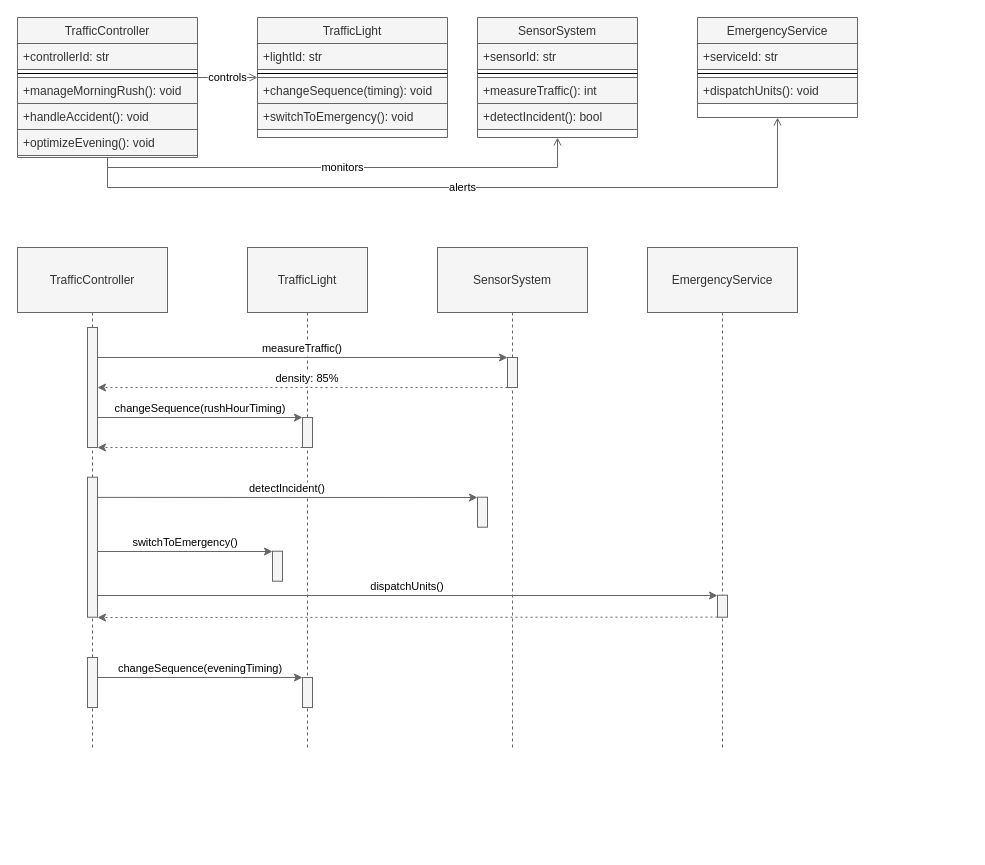
Earlier version of the draw.io diagram diagrams/examples/multiple_activation_bars_02.3.drawio (kkubinova/drawio_plugin). Source tidied: cells renumbered, new cells numbered last; positions are measured from the earlier drawing's top-left corner, leaving out a move shared by most shapes. Both pictures are drawn from the tidied source at 100%, with x=0, y=0 at pixel (17, 17).
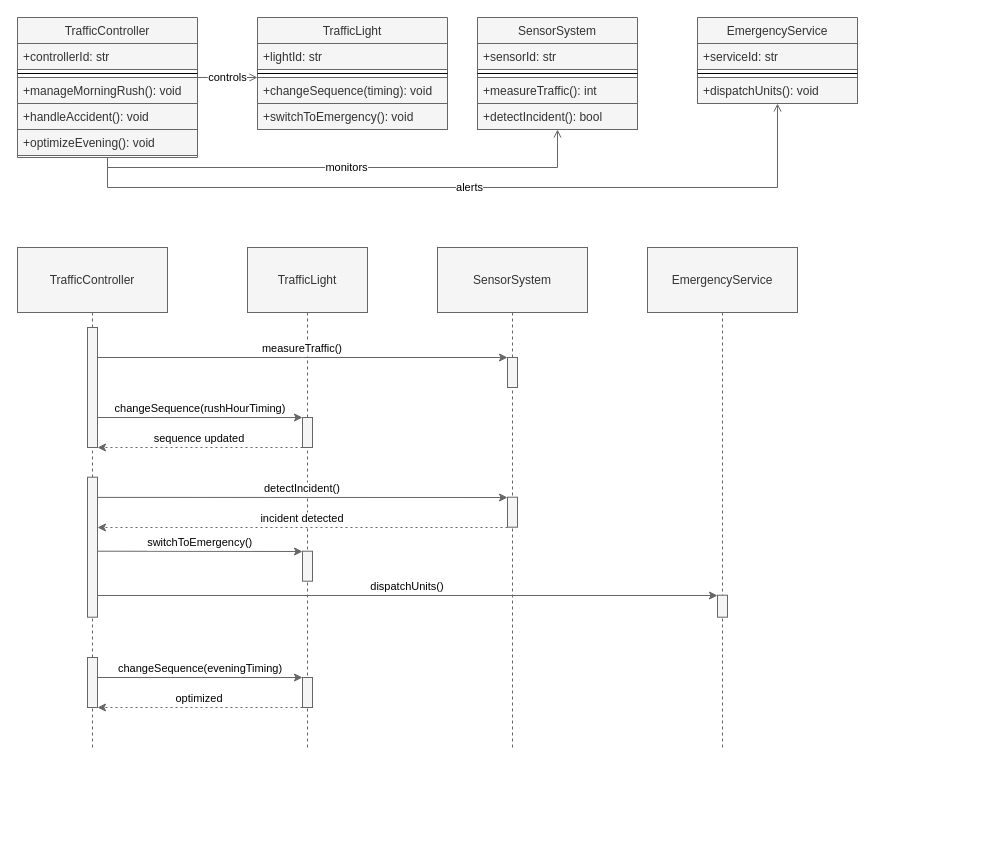
Above is the later version.

Unchanged cells that the change refers to:
```xml
<mxCell id="27" style="group;fillColor=none;" parent="26" vertex="1">
  <mxGeometry y="230" width="950" height="600" as="geometry" />
</mxCell>
<mxCell id="30" style="points=[];perimeter=orthogonalPerimeter;outlineConnect=0;targetShapes=umlLifeline;portConstraint=eastwest;fillColor=#f5f5f5;fontColor=#333333;strokeColor=#666666;" parent="28" vertex="1">
  <mxGeometry x="70" y="229.7" width="10" height="140" as="geometry" />
</mxCell>
<mxCell id="31" value="TrafficLight" style="shape=umlLifeline;perimeter=lifelinePerimeter;whiteSpace=wrap;size=65;fillColor=#f5f5f5;fontColor=#333333;strokeColor=#666666;" parent="27" vertex="1">
  <mxGeometry x="230" width="120" height="500" as="geometry" />
</mxCell>
<mxCell id="36" value="EmergencyService" style="shape=umlLifeline;perimeter=lifelinePerimeter;whiteSpace=wrap;size=65;fillColor=#f5f5f5;fontColor=#333333;strokeColor=#666666;" parent="27" vertex="1">
  <mxGeometry x="630" width="150" height="500" as="geometry" />
</mxCell>
<mxCell id="45" value="SensorSystem" style="shape=umlLifeline;perimeter=lifelinePerimeter;whiteSpace=wrap;size=65;fillColor=#f5f5f5;fontColor=#333333;strokeColor=#666666;" parent="27" vertex="1">
  <mxGeometry x="420" width="150" height="500" as="geometry" />
</mxCell>
```

Diff of the diagram source:
```diff
@@
     <mxCell id="9" value="TrafficLight" style="swimlane;fontStyle=0;align=center;verticalAlign=top;horizontal=1;startSize=26;rounded=0;shadow=0;strokeWidth=1;fillColor=#f5f5f5;fontColor=#333333;strokeColor=#666666;" parent="2" vertex="1">
-      <mxGeometry x="240" width="190" height="120" as="geometry" />
+      <mxGeometry x="240" width="190" height="112" as="geometry" />
     </mxCell>
@@
     <mxCell id="14" value="SensorSystem" style="swimlane;fontStyle=0;align=center;verticalAlign=top;horizontal=1;startSize=26;rounded=0;shadow=0;strokeWidth=1;fillColor=#f5f5f5;fontColor=#333333;strokeColor=#666666;" parent="2" vertex="1">
-      <mxGeometry x="460" width="160" height="120" as="geometry" />
+      <mxGeometry x="460" width="160" height="112" as="geometry" />
     </mxCell>
@@
     <mxCell id="19" value="EmergencyService" style="swimlane;fontStyle=0;align=center;verticalAlign=top;horizontal=1;startSize=26;rounded=0;shadow=0;strokeWidth=1;fillColor=#f5f5f5;fontColor=#333333;strokeColor=#666666;" parent="2" vertex="1">
-      <mxGeometry x="680" width="160" height="100" as="geometry" />
+      <mxGeometry x="680" width="160" height="86" as="geometry" />
     </mxCell>
@@
+    <mxCell id="50" value="optimized" style="verticalAlign=bottom;edgeStyle=elbowEdgeStyle;elbow=vertical;curved=0;rounded=0;dashed=1;dashPattern=2 3;endArrow=classic;fillColor=#f5f5f5;strokeColor=#666666;endFill=1;" parent="31" edge="1">
+      <mxGeometry relative="1" as="geometry">
+        <mxPoint x="55" y="460" as="sourcePoint" />
+        <mxPoint x="-150" y="460" as="targetPoint" />
+      </mxGeometry>
+    </mxCell>
@@
-    <mxCell id="37" value="switchToEmergency()" style="verticalAlign=bottom;edgeStyle=elbowEdgeStyle;elbow=vertical;curved=0;rounded=0;endArrow=classic;fillColor=#f5f5f5;strokeColor=#666666;endFill=1;" parent="36" edge="1" source="30">
-      <mxGeometry relative="1" as="geometry">
-        <mxPoint x="-375" y="303.7" as="targetPoint" />
-      </mxGeometry>
-    </mxCell>
@@
-    <mxCell id="39" style="perimeter=orthogonalPerimeter;targetShapes=umlLifeline;fillColor=#f5f5f5;fontColor=#333333;strokeColor=#666666;" parent="36" vertex="1">
-      <mxGeometry x="-375" y="303.7" width="10" height="30" as="geometry" />
-    </mxCell>
@@
-    <mxCell id="42" value="density: 85%" style="verticalAlign=bottom;edgeStyle=elbowEdgeStyle;elbow=vertical;curved=0;rounded=0;dashed=1;dashPattern=2 3;endArrow=classic;fillColor=#f5f5f5;strokeColor=#666666;endFill=1;" parent="27" edge="1">
-      <mxGeometry relative="1" as="geometry">
-        <mxPoint x="500" y="140" as="sourcePoint" />
-        <mxPoint x="80" y="140" as="targetPoint" />
-      </mxGeometry>
-    </mxCell>
@@
-    <mxCell id="44" style="verticalAlign=bottom;edgeStyle=elbowEdgeStyle;elbow=vertical;curved=0;rounded=0;dashed=1;dashPattern=2 3;endArrow=classic;fillColor=#f5f5f5;strokeColor=#666666;endFill=1;" parent="27" edge="1">
+    <mxCell id="44" value="sequence updated" style="verticalAlign=bottom;edgeStyle=elbowEdgeStyle;elbow=vertical;curved=0;rounded=0;dashed=1;dashPattern=2 3;endArrow=classic;fillColor=#f5f5f5;strokeColor=#666666;endFill=1;" parent="27" edge="1">
       <mxGeometry relative="1" as="geometry">
         <mxPoint x="285" y="200" as="sourcePoint" />
         <mxPoint x="80" y="200" as="targetPoint" />
       </mxGeometry>
     </mxCell>
@@
-    <mxCell id="47" style="points=[];perimeter=orthogonalPerimeter;outlineConnect=0;targetShapes=umlLifeline;portConstraint=eastwest;fillColor=#f5f5f5;fontColor=#333333;strokeColor=#666666;" parent="27" vertex="1">
-      <mxGeometry x="460" y="249.7" width="10" height="30" as="geometry" />
+    <mxCell id="47" style="points=[];perimeter=orthogonalPerimeter;outlineConnect=0;targetShapes=umlLifeline;portConstraint=eastwest;fillColor=#f5f5f5;fontColor=#333333;strokeColor=#666666;" parent="45" vertex="1">
+      <mxGeometry x="70" y="249.7" width="10" height="30" as="geometry" />
     </mxCell>
-    <mxCell id="48" value="detectIncident()" style="verticalAlign=bottom;edgeStyle=elbowEdgeStyle;elbow=vertical;curved=0;rounded=0;endArrow=classic;fillColor=#f5f5f5;strokeColor=#666666;endFill=1;" parent="27" edge="1">
+    <mxCell id="48" value="detectIncident()" style="verticalAlign=bottom;edgeStyle=elbowEdgeStyle;elbow=vertical;curved=0;rounded=0;endArrow=classic;fillColor=#f5f5f5;strokeColor=#666666;endFill=1;" parent="27" edge="1" target="47">
       <mxGeometry relative="1" as="geometry">
         <mxPoint x="80" y="249.9" as="sourcePoint" />
-        <mxPoint x="460" y="249.9" as="targetPoint" />
       </mxGeometry>
     </mxCell>
-    <mxCell id="49" style="verticalAlign=bottom;edgeStyle=elbowEdgeStyle;elbow=vertical;curved=0;rounded=0;dashed=1;dashPattern=2 3;endArrow=classic;fillColor=#f5f5f5;strokeColor=#666666;endFill=1;" parent="27" edge="1">
-      <mxGeometry relative="1" as="geometry">
-        <mxPoint x="700" y="369.6" as="sourcePoint" />
-        <mxPoint x="80" y="369.6" as="targetPoint" />
-      </mxGeometry>
-    </mxCell>
+    <mxCell id="51" value="incident detected" style="verticalAlign=bottom;edgeStyle=elbowEdgeStyle;elbow=vertical;curved=0;rounded=0;dashed=1;dashPattern=2 3;endArrow=classic;fillColor=#f5f5f5;strokeColor=#666666;endFill=1;exitX=0;exitY=1.01;exitDx=0;exitDy=0;exitPerimeter=0;" parent="27" edge="1" source="47" target="30">
+      <mxGeometry relative="1" as="geometry" />
+    </mxCell>
+    <mxCell id="39" style="perimeter=orthogonalPerimeter;targetShapes=umlLifeline;fillColor=#f5f5f5;fontColor=#333333;strokeColor=#666666;" parent="27" vertex="1">
+      <mxGeometry x="285" y="303.7" width="10" height="30" as="geometry" />
+    </mxCell>
+    <mxCell id="37" value="switchToEmergency()" style="verticalAlign=bottom;edgeStyle=elbowEdgeStyle;elbow=vertical;curved=0;rounded=0;endArrow=classic;fillColor=#f5f5f5;strokeColor=#666666;endFill=1;" parent="27" edge="1">
+      <mxGeometry relative="1" as="geometry">
+        <mxPoint x="80" y="303.7" as="sourcePoint" />
+        <mxPoint x="285" y="303.7" as="targetPoint" />
+      </mxGeometry>
+    </mxCell>
```
